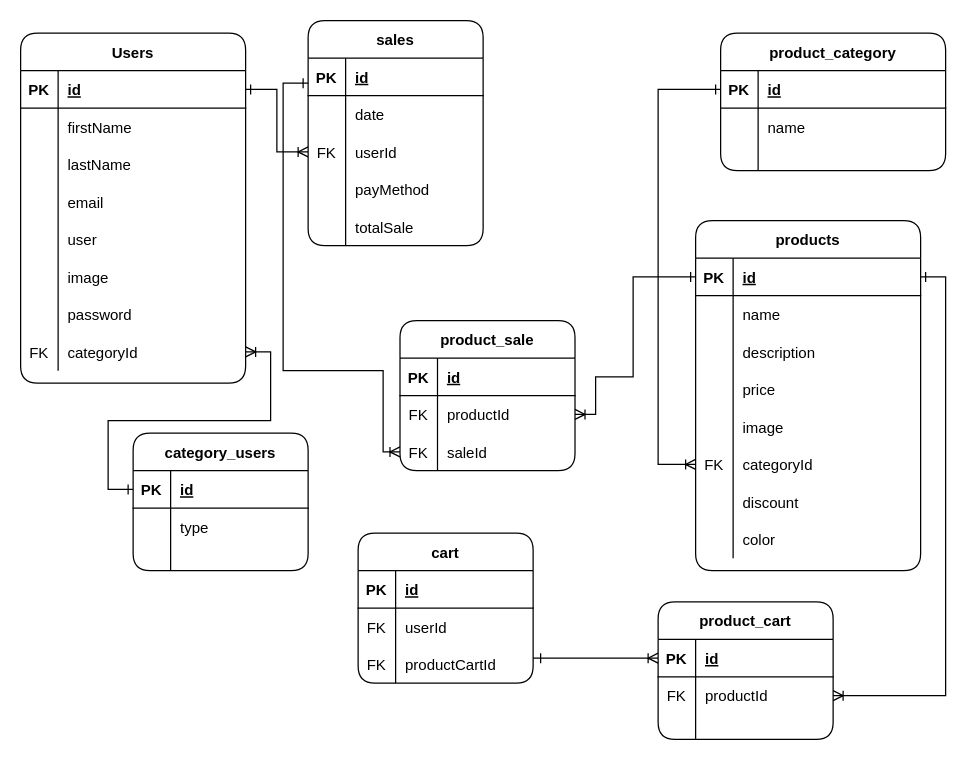
Above: diagrama.drawio in 0920CDFSNCN27ARED/grupo-03 (draw.io), before the change. Source tidied: cells renumbered, new cells numbered last; positions are measured from the earlier drawing's top-left corner, leaving out a move shared by most shapes. Both pictures are drawn from the tidied source at 125%, with x=0, y=0 at pixel (20, 20).
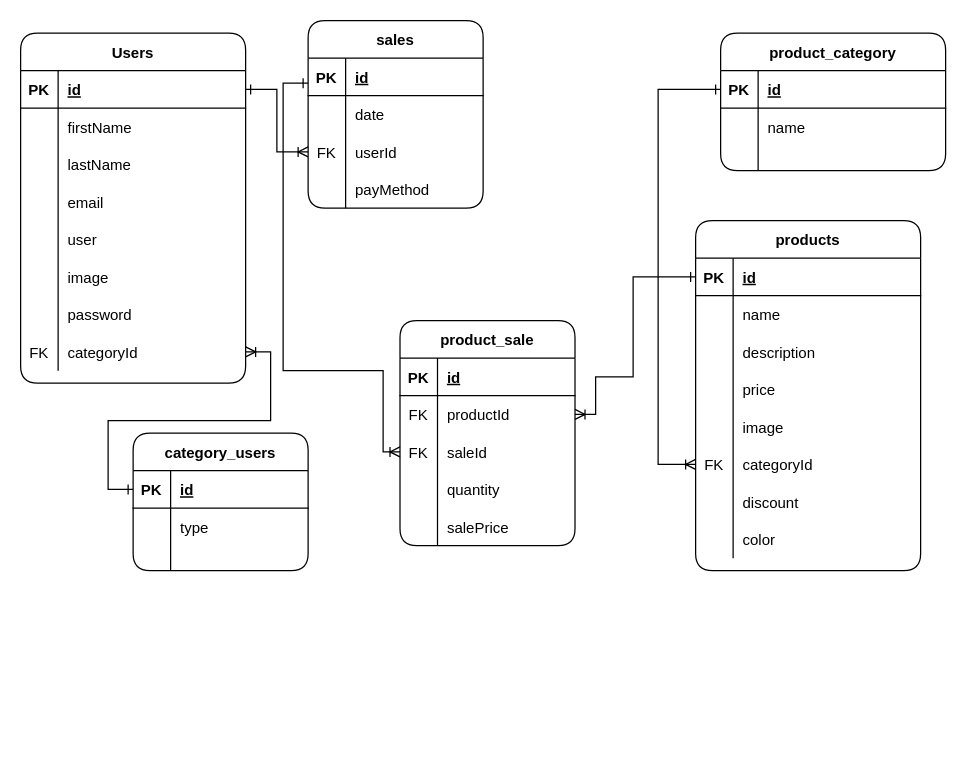
After the change.

Commit message:
finalizamos diagrama

The change refers to these unchanged cells:
```xml
<mxCell id="38" style="shape=partialRectangle;top=0;left=0;bottom=1;right=0;points=[[0,0.5],[1,0.5]];portConstraint=eastwest;rounded=1;fillColor=none;" parent="37" vertex="1">
  <mxGeometry y="30" width="180" height="30" as="geometry" />
</mxCell>
```

Change to the diagram source:
```diff
@@
     <mxCell id="62" value="sales" style="shape=table;startSize=30;childLayout=tableLayout;rowLines=0;fontStyle=1;align=center;rounded=1;" parent="1" vertex="1">
-      <mxGeometry x="230" width="140" height="180" as="geometry" />
+      <mxGeometry x="230" width="140" height="150" as="geometry" />
     </mxCell>
@@
-    <mxCell id="75" style="shape=partialRectangle;fillColor=none;top=0;left=0;bottom=0;right=0;rounded=1;" parent="62" vertex="1">
-      <mxGeometry y="150" width="140" height="30" as="geometry" />
-    </mxCell>
-    <mxCell id="76" style="shape=partialRectangle;fillColor=none;top=0;left=0;bottom=0;right=0;overflow=hidden;rounded=1;" parent="75" vertex="1">
-      <mxGeometry width="30" height="30" as="geometry" />
-    </mxCell>
-    <mxCell id="77" value="totalSale" style="shape=partialRectangle;fillColor=none;top=0;left=0;bottom=0;right=0;align=left;spacingLeft=6;overflow=hidden;rounded=1;" parent="75" vertex="1">
-      <mxGeometry x="30" width="110" height="30" as="geometry" />
-    </mxCell>
     <mxCell id="78" value="product_sale" style="shape=table;startSize=30;childLayout=tableLayout;rowLines=0;fontStyle=1;align=center;rounded=1;" parent="1" vertex="1">
-      <mxGeometry x="303.5" y="240" width="140" height="120" as="geometry" />
+      <mxGeometry x="303.5" y="240" width="140" height="180" as="geometry" />
     </mxCell>
@@
+    <mxCell id="125" style="shape=partialRectangle;fillColor=none;top=0;left=0;bottom=0;right=0;rounded=1;" parent="78" vertex="1">
+      <mxGeometry y="120" width="140" height="30" as="geometry" />
+    </mxCell>
+    <mxCell id="126" style="shape=partialRectangle;fillColor=none;top=0;left=0;bottom=0;right=0;overflow=hidden;rounded=1;" parent="125" vertex="1">
+      <mxGeometry width="30" height="30" as="geometry" />
+    </mxCell>
+    <mxCell id="127" value="quantity" style="shape=partialRectangle;fillColor=none;top=0;left=0;bottom=0;right=0;align=left;spacingLeft=6;overflow=hidden;rounded=1;" parent="125" vertex="1">
+      <mxGeometry x="30" width="110" height="30" as="geometry" />
+    </mxCell>
+    <mxCell id="75" style="shape=partialRectangle;fillColor=none;top=0;left=0;bottom=0;right=0;rounded=1;" parent="78" vertex="1">
+      <mxGeometry y="150" width="140" height="30" as="geometry" />
+    </mxCell>
+    <mxCell id="128" style="shape=partialRectangle;fillColor=none;top=0;left=0;bottom=0;right=0;overflow=hidden;rounded=1;" parent="75" vertex="1">
+      <mxGeometry width="30" height="30" as="geometry" />
+    </mxCell>
+    <mxCell id="129" value="salePrice" style="shape=partialRectangle;fillColor=none;top=0;left=0;bottom=0;right=0;align=left;spacingLeft=6;overflow=hidden;rounded=1;" parent="75" vertex="1">
+      <mxGeometry x="30" width="110" height="30" as="geometry" />
+    </mxCell>
@@
-    <mxCell id="103" value="cart" style="shape=table;startSize=30;childLayout=tableLayout;rowLines=0;fontStyle=1;align=center;rounded=1;" parent="1" vertex="1">
-      <mxGeometry x="270" y="410" width="140" height="120" as="geometry" />
-    </mxCell>
-    <mxCell id="104" style="shape=partialRectangle;fillColor=none;top=0;left=0;bottom=1;right=0;rounded=1;" parent="103" vertex="1">
-      <mxGeometry y="30" width="140" height="30" as="geometry" />
-    </mxCell>
-    <mxCell id="105" value="PK" style="shape=partialRectangle;fillColor=none;top=0;left=0;bottom=0;right=0;fontStyle=1;overflow=hidden;rounded=1;" parent="104" vertex="1">
-      <mxGeometry width="30" height="30" as="geometry" />
-    </mxCell>
-    <mxCell id="106" value="id" style="shape=partialRectangle;fillColor=none;top=0;left=0;bottom=0;right=0;align=left;spacingLeft=6;fontStyle=5;overflow=hidden;rounded=1;" parent="104" vertex="1">
-      <mxGeometry x="30" width="110" height="30" as="geometry" />
-    </mxCell>
-    <mxCell id="107" style="shape=partialRectangle;fillColor=none;top=0;left=0;bottom=0;right=0;rounded=1;" parent="103" vertex="1">
-      <mxGeometry y="60" width="140" height="30" as="geometry" />
-    </mxCell>
-    <mxCell id="108" value="FK" style="shape=partialRectangle;fillColor=none;top=0;left=0;bottom=0;right=0;overflow=hidden;rounded=1;" parent="107" vertex="1">
-      <mxGeometry width="30" height="30" as="geometry" />
-    </mxCell>
-    <mxCell id="109" value="userId" style="shape=partialRectangle;fillColor=none;top=0;left=0;bottom=0;right=0;align=left;spacingLeft=6;overflow=hidden;rounded=1;" parent="107" vertex="1">
-      <mxGeometry x="30" width="110" height="30" as="geometry" />
-    </mxCell>
-    <mxCell id="110" style="shape=partialRectangle;fillColor=none;top=0;left=0;bottom=0;right=0;rounded=1;" parent="103" vertex="1">
-      <mxGeometry y="90" width="140" height="30" as="geometry" />
-    </mxCell>
-    <mxCell id="111" value="FK" style="shape=partialRectangle;fillColor=none;top=0;left=0;bottom=0;right=0;overflow=hidden;rounded=1;" parent="110" vertex="1">
-      <mxGeometry width="30" height="30" as="geometry" />
-    </mxCell>
-    <mxCell id="112" value="productCartId" style="shape=partialRectangle;fillColor=none;top=0;left=0;bottom=0;right=0;align=left;spacingLeft=6;overflow=hidden;rounded=1;" parent="110" vertex="1">
-      <mxGeometry x="30" width="110" height="30" as="geometry" />
-    </mxCell>
-    <mxCell id="113" value="product_cart" style="shape=table;startSize=30;childLayout=tableLayout;rowLines=0;fontStyle=1;align=center;rounded=1;" parent="1" vertex="1">
-      <mxGeometry x="510" y="465" width="140" height="110" as="geometry" />
-    </mxCell>
-    <mxCell id="114" style="shape=partialRectangle;fillColor=none;top=0;left=0;bottom=1;right=0;points=[[0,0.5],[1,0.5]];portConstraint=eastwest;rounded=1;" parent="113" vertex="1">
-      <mxGeometry y="30" width="140" height="30" as="geometry" />
-    </mxCell>
-    <mxCell id="115" value="PK" style="shape=partialRectangle;fillColor=none;top=0;left=0;bottom=0;right=0;fontStyle=1;overflow=hidden;rounded=1;" parent="114" vertex="1">
-      <mxGeometry width="30" height="30" as="geometry" />
-    </mxCell>
-    <mxCell id="116" value="id" style="shape=partialRectangle;fillColor=none;top=0;left=0;bottom=0;right=0;align=left;spacingLeft=6;fontStyle=5;overflow=hidden;rounded=1;" parent="114" vertex="1">
-      <mxGeometry x="30" width="110" height="30" as="geometry" />
-    </mxCell>
-    <mxCell id="117" style="shape=partialRectangle;fillColor=none;top=0;left=0;bottom=0;right=0;points=[[0,0.5],[1,0.5]];portConstraint=eastwest;rounded=1;" parent="113" vertex="1">
-      <mxGeometry y="60" width="140" height="30" as="geometry" />
-    </mxCell>
-    <mxCell id="118" value="FK" style="shape=partialRectangle;fillColor=none;top=0;left=0;bottom=0;right=0;overflow=hidden;rounded=1;" parent="117" vertex="1">
-      <mxGeometry width="30" height="30" as="geometry" />
-    </mxCell>
-    <mxCell id="119" value="productId" style="shape=partialRectangle;fillColor=none;top=0;left=0;bottom=0;right=0;align=left;spacingLeft=6;overflow=hidden;rounded=1;" parent="117" vertex="1">
-      <mxGeometry x="30" width="110" height="30" as="geometry" />
-    </mxCell>
-    <mxCell id="120" style="shape=partialRectangle;fillColor=none;top=0;left=0;bottom=0;right=0;rounded=1;" parent="113" vertex="1">
-      <mxGeometry y="90" width="140" height="20" as="geometry" />
-    </mxCell>
-    <mxCell id="121" style="shape=partialRectangle;fillColor=none;top=0;left=0;bottom=0;right=0;overflow=hidden;rounded=1;" parent="120" vertex="1">
-      <mxGeometry width="30" height="20" as="geometry" />
-    </mxCell>
-    <mxCell id="122" style="shape=partialRectangle;fillColor=none;top=0;left=0;bottom=0;right=0;align=left;spacingLeft=6;overflow=hidden;rounded=1;" parent="120" vertex="1">
-      <mxGeometry x="30" width="110" height="20" as="geometry" />
-    </mxCell>
-    <mxCell id="123" style="edgeStyle=orthogonalEdgeStyle;rounded=0;jettySize=auto;html=1;startArrow=ERoneToMany;startFill=0;endArrow=ERone;endFill=0;" parent="1" edge="1" source="114">
-      <mxGeometry relative="1" as="geometry">
-        <mxPoint x="420" y="510" as="targetPoint" />
-        <Array as="points">
-          <mxPoint x="410" y="510" />
-        </Array>
-      </mxGeometry>
-    </mxCell>
-    <mxCell id="124" style="edgeStyle=orthogonalEdgeStyle;rounded=0;jettySize=auto;html=1;entryX=1;entryY=0.5;entryDx=0;entryDy=0;startArrow=ERoneToMany;startFill=0;endArrow=ERone;endFill=0;" parent="1" edge="1" source="117" target="38">
-      <mxGeometry relative="1" as="geometry" />
-    </mxCell>
```
